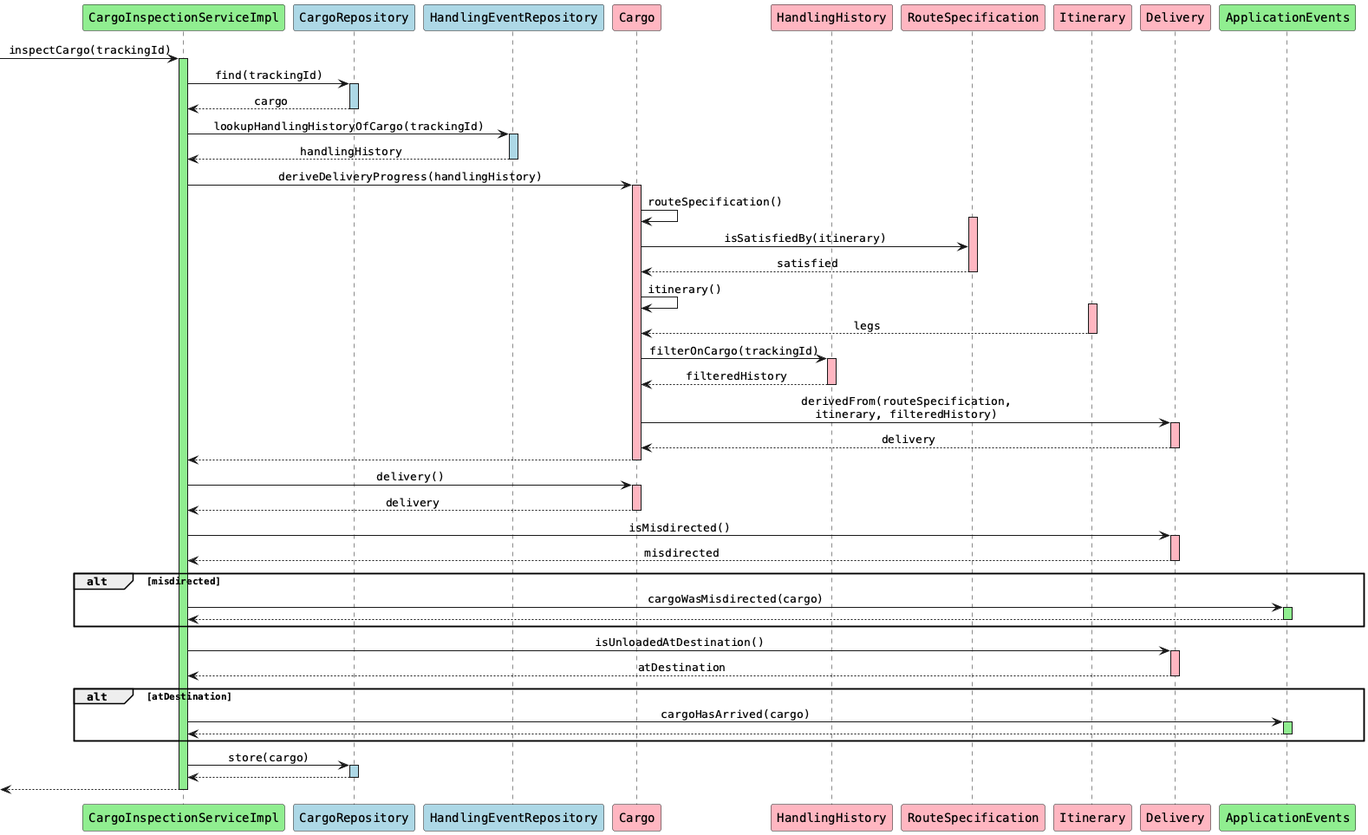
This is diagrams/CargoInspectionServiceImpl_inspectCargo.png from aowss/dddsample-core, a PlantUML export, as it was before one commit.
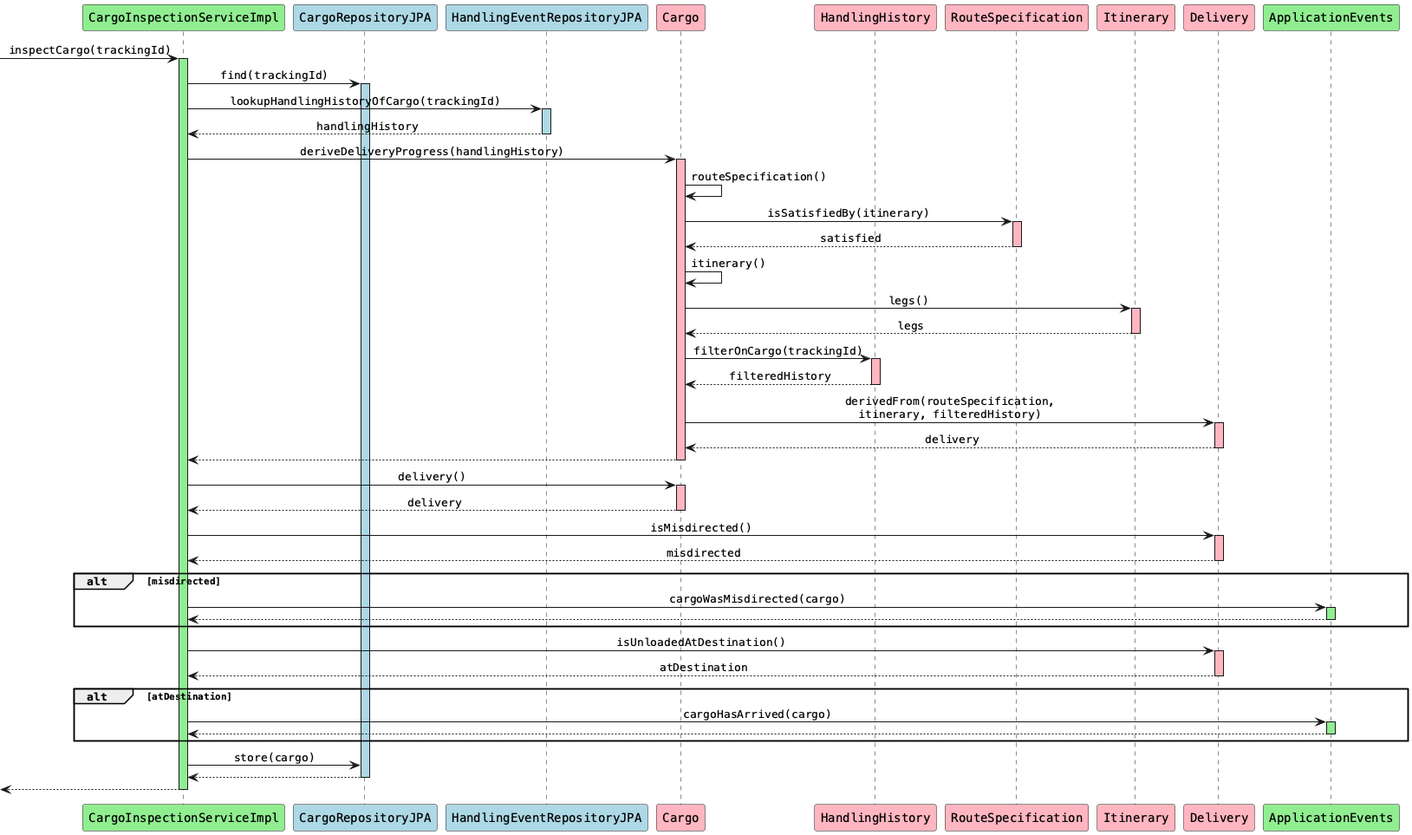
Later version of the same file.

Change to the diagram source:
```diff
@@ -4,8 +4,8 @@
 skinparam sequenceMessageAlign center
 
 participant "CargoInspectionServiceImpl" as cis #lightgreen
-participant "CargoRepository" as cr #lightblue
-participant "HandlingEventRepository" as her #lightblue
+participant "CargoRepositoryJPA" as cr #lightblue
+participant "HandlingEventRepositoryJPA" as her #lightblue
 participant "Cargo" as c #lightpink
 participant "HandlingHistory" as hh #lightpink
 participant "RouteSpecification" as rs #lightpink
@@ -18,8 +18,6 @@
 
 cis -> cr: find(trackingId)
 activate cr #lightblue
-cr --> cis: cargo
-deactivate cr
 
 cis -> her: lookupHandlingHistoryOfCargo(trackingId)
 activate her #lightblue
@@ -30,12 +28,13 @@
 activate c #lightpink
 
 c -> c: routeSpecification()
+c -> rs: isSatisfiedBy(itinerary)
 activate rs #lightpink
-c -> rs: isSatisfiedBy(itinerary)
 rs --> c: satisfied
 deactivate rs
 
 c -> c: itinerary()
+c -> i: legs()
 activate i #lightpink
 i --> c: legs
 deactivate i
@@ -83,7 +82,6 @@
 end
 
 cis -> cr: store(cargo)
-activate cr #lightblue
 cr --> cis
 deactivate cr
 
```
